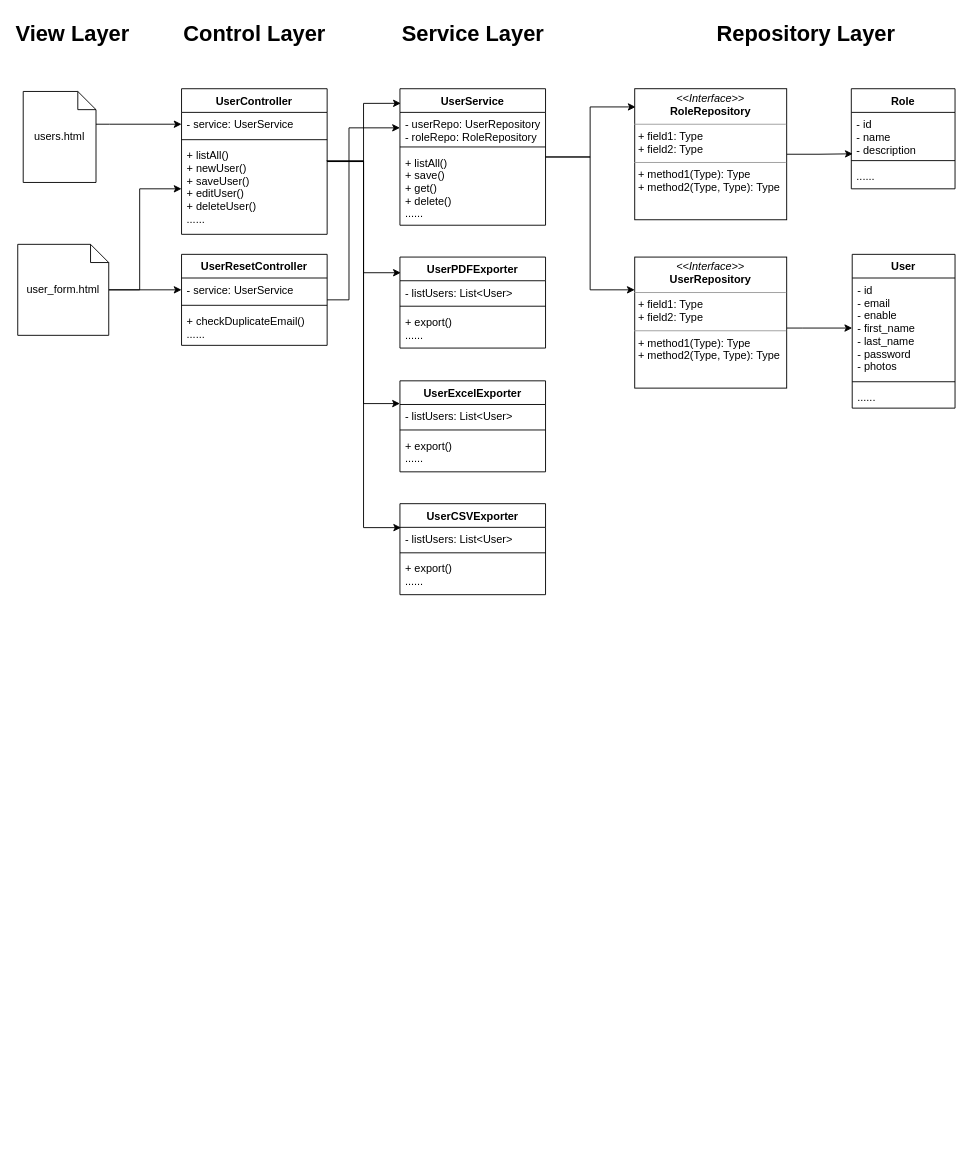
Above: page "Admin-User Module" (2 of 2) of 03-Solution Design/02-Use Case, Classes, Database/Class Diagram.drawio in Chufeng-Jiang/Java_SpringBoot_DubaiShop_E-Commerce (draw.io), before the change. Source tidied: cells renumbered, new cells numbered last; positions are measured from the earlier drawing's top-left corner, leaving out a move shared by most shapes. Both pictures are drawn from the tidied source at 91%, with x=0, y=0 at pixel (17, 15).
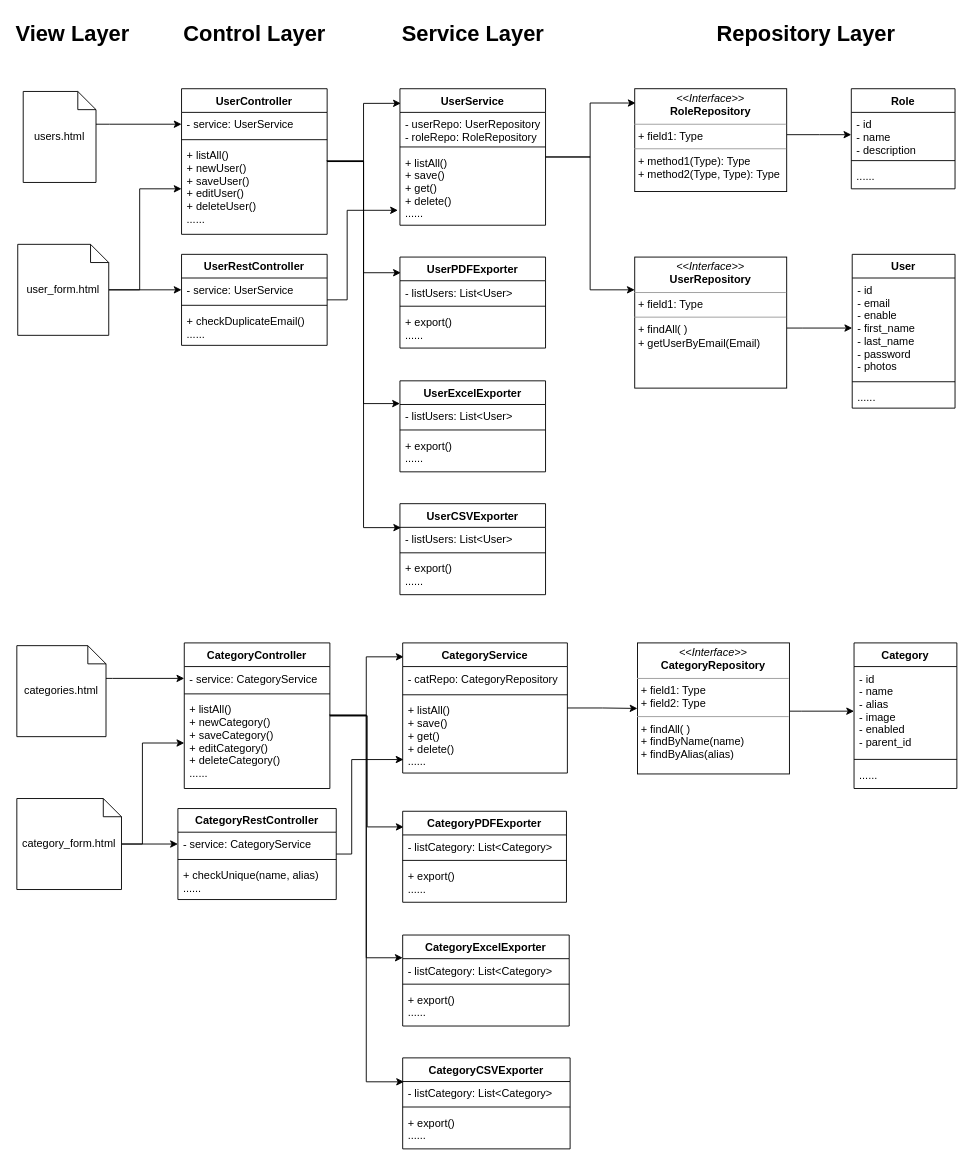
The same diagram, later.

The change refers to these unchanged cells:
```xml
<mxCell id="26" value="- userRepo: UserRepository&#10;- roleRepo: RoleRepository" style="text;strokeColor=none;fillColor=none;align=left;verticalAlign=top;spacingLeft=4;spacingRight=4;overflow=hidden;points=[[0,0.5],[1,0.5]];portConstraint=eastwest;" parent="25" vertex="1">
  <mxGeometry y="26" width="160" height="34" as="geometry" />
</mxCell>
<mxCell id="28" value="+ listAll()&#10;+ save()&#10;+ get()&#10;+ delete()&#10;......&#10;" style="text;strokeColor=none;fillColor=none;align=left;verticalAlign=top;spacingLeft=4;spacingRight=4;overflow=hidden;points=[[0,0.5],[1,0.5]];portConstraint=eastwest;" parent="25" vertex="1">
  <mxGeometry y="68" width="160" height="82" as="geometry" />
</mxCell>
<mxCell id="47" value="- id&#10;- name&#10;- description&#10;" style="text;strokeColor=none;fillColor=none;align=left;verticalAlign=top;spacingLeft=4;spacingRight=4;overflow=hidden;points=[[0,0.5],[1,0.5]];portConstraint=eastwest;" parent="46" vertex="1">
  <mxGeometry y="26" width="114" height="49" as="geometry" />
</mxCell>
```

The edit, as a diff of the source:
```diff
@@
-    <mxCell id="17" style="edgeStyle=orthogonalEdgeStyle;rounded=0;jettySize=auto;html=1;entryX=0;entryY=0.5;entryDx=0;entryDy=0;" parent="1" edge="1" source="18" target="26">
-      <mxGeometry relative="1" as="geometry">
-        <Array as="points">
-          <mxPoint x="364" y="312" />
-          <mxPoint x="364" y="123" />
-        </Array>
-      </mxGeometry>
-    </mxCell>
+    <mxCell id="54" style="edgeStyle=orthogonalEdgeStyle;rounded=0;jettySize=auto;html=1;entryX=-0.014;entryY=0.8;entryDx=0;entryDy=0;entryPerimeter=0;" parent="1" edge="1" source="18" target="28">
+      <mxGeometry relative="1" as="geometry">
+        <Array as="points">
+          <mxPoint x="362" y="312" />
+          <mxPoint x="362" y="214" />
+        </Array>
+      </mxGeometry>
+    </mxCell>
-    <mxCell id="18" value="UserResetController" style="swimlane;fontStyle=1;align=center;verticalAlign=top;horizontal=1;startSize=26;" parent="1" vertex="1">
+    <mxCell id="18" value="UserRestController" style="swimlane;fontStyle=1;align=center;verticalAlign=top;horizontal=1;startSize=26;" parent="1" vertex="1">
       <mxGeometry x="180" y="262" width="160" height="100" as="geometry" />
     </mxCell>
@@
-    <mxCell id="42" style="edgeStyle=orthogonalEdgeStyle;rounded=0;jettySize=auto;html=1;entryX=0.014;entryY=0.929;entryDx=0;entryDy=0;entryPerimeter=0;" parent="1" edge="1" source="43" target="47">
-      <mxGeometry relative="1" as="geometry" />
+    <mxCell id="42" style="edgeStyle=orthogonalEdgeStyle;rounded=0;jettySize=auto;html=1;entryX=0;entryY=0.5;entryDx=0;entryDy=0;" parent="1" edge="1" source="43" target="47">
+      <mxGeometry relative="1" as="geometry">
+        <Array as="points">
+          <mxPoint x="881" y="131" />
+        </Array>
+      </mxGeometry>
     </mxCell>
-    <mxCell id="43" value="&lt;p style=&quot;margin:0px;margin-top:4px;text-align:center;&quot;&gt;&lt;i&gt;&amp;lt;&amp;lt;Interface&amp;gt;&amp;gt;&lt;/i&gt;&lt;br&gt;&lt;b&gt;RoleRepository&lt;/b&gt;&lt;/p&gt;&lt;hr size=&quot;1&quot;&gt;&lt;p style=&quot;margin:0px;margin-left:4px;&quot;&gt;+ field1: Type&lt;br&gt;+ field2: Type&lt;/p&gt;&lt;hr size=&quot;1&quot;&gt;&lt;p style=&quot;margin:0px;margin-left:4px;&quot;&gt;+ method1(Type): Type&lt;br&gt;+ method2(Type, Type): Type&lt;/p&gt;" style="verticalAlign=top;align=left;overflow=fill;fontSize=12;fontFamily=Helvetica;html=1;" parent="1" vertex="1">
-      <mxGeometry x="678" y="80" width="167" height="144" as="geometry" />
+    <mxCell id="43" value="&lt;p style=&quot;margin:0px;margin-top:4px;text-align:center;&quot;&gt;&lt;i&gt;&amp;lt;&amp;lt;Interface&amp;gt;&amp;gt;&lt;/i&gt;&lt;br&gt;&lt;b&gt;RoleRepository&lt;/b&gt;&lt;/p&gt;&lt;hr size=&quot;1&quot;&gt;&lt;p style=&quot;margin:0px;margin-left:4px;&quot;&gt;+ field1: Type&lt;br&gt;&lt;/p&gt;&lt;hr size=&quot;1&quot;&gt;&lt;p style=&quot;margin:0px;margin-left:4px;&quot;&gt;+ method1(Type): Type&lt;br&gt;+ method2(Type, Type): Type&lt;/p&gt;" style="verticalAlign=top;align=left;overflow=fill;fontSize=12;fontFamily=Helvetica;html=1;" parent="1" vertex="1">
+      <mxGeometry x="678" y="80" width="167" height="113" as="geometry" />
     </mxCell>
@@
-    <mxCell id="45" value="&lt;p style=&quot;margin:0px;margin-top:4px;text-align:center;&quot;&gt;&lt;i&gt;&amp;lt;&amp;lt;Interface&amp;gt;&amp;gt;&lt;/i&gt;&lt;br&gt;&lt;b&gt;UserRepository&lt;/b&gt;&lt;/p&gt;&lt;hr size=&quot;1&quot;&gt;&lt;p style=&quot;margin:0px;margin-left:4px;&quot;&gt;+ field1: Type&lt;br&gt;+ field2: Type&lt;/p&gt;&lt;hr size=&quot;1&quot;&gt;&lt;p style=&quot;margin:0px;margin-left:4px;&quot;&gt;+ method1(Type): Type&lt;br&gt;+ method2(Type, Type): Type&lt;/p&gt;" style="verticalAlign=top;align=left;overflow=fill;fontSize=12;fontFamily=Helvetica;html=1;" parent="1" vertex="1">
+    <mxCell id="45" value="&lt;p style=&quot;margin:0px;margin-top:4px;text-align:center;&quot;&gt;&lt;i&gt;&amp;lt;&amp;lt;Interface&amp;gt;&amp;gt;&lt;/i&gt;&lt;br&gt;&lt;b&gt;UserRepository&lt;/b&gt;&lt;/p&gt;&lt;hr size=&quot;1&quot;&gt;&lt;p style=&quot;margin:0px;margin-left:4px;&quot;&gt;+ field1: Type&lt;br&gt;&lt;/p&gt;&lt;hr size=&quot;1&quot;&gt;&lt;p style=&quot;margin:0px;margin-left:4px;&quot;&gt;+ findAll( )&lt;br&gt;+ getUserByEmail(Email)&lt;/p&gt;" style="verticalAlign=top;align=left;overflow=fill;fontSize=12;fontFamily=Helvetica;html=1;" parent="1" vertex="1">
       <mxGeometry x="678" y="265" width="167" height="144" as="geometry" />
     </mxCell>
@@
+    <mxCell id="55" style="edgeStyle=orthogonalEdgeStyle;rounded=0;jettySize=auto;html=1;entryX=0;entryY=0.5;entryDx=0;entryDy=0;" parent="1" edge="1" source="56" target="65">
+      <mxGeometry relative="1" as="geometry">
+        <Array as="points">
+          <mxPoint x="104" y="728" />
+          <mxPoint x="104" y="728" />
+        </Array>
+      </mxGeometry>
+    </mxCell>
+    <mxCell id="56" value="categories.html" style="shape=note;size=20;whiteSpace=wrap;html=1;" parent="1" vertex="1">
+      <mxGeometry x="-1" y="692" width="98" height="100" as="geometry" />
+    </mxCell>
+    <mxCell id="57" style="edgeStyle=orthogonalEdgeStyle;rounded=0;jettySize=auto;html=1;entryX=0;entryY=0.5;entryDx=0;entryDy=0;" parent="1" edge="1" source="59" target="67">
+      <mxGeometry relative="1" as="geometry">
+        <Array as="points">
+          <mxPoint x="137" y="910" />
+          <mxPoint x="137" y="799" />
+        </Array>
+      </mxGeometry>
+    </mxCell>
+    <mxCell id="58" style="edgeStyle=orthogonalEdgeStyle;rounded=0;jettySize=auto;html=1;" parent="1" edge="1" source="59" target="70">
+      <mxGeometry relative="1" as="geometry" />
+    </mxCell>
+    <mxCell id="59" value="category_form.html" style="shape=note;size=20;whiteSpace=wrap;html=1;" parent="1" vertex="1">
+      <mxGeometry x="-1" y="860" width="115" height="100" as="geometry" />
+    </mxCell>
+    <mxCell id="60" style="edgeStyle=orthogonalEdgeStyle;rounded=0;jettySize=auto;html=1;entryX=0.006;entryY=0.107;entryDx=0;entryDy=0;entryPerimeter=0;" parent="1" edge="1" source="64" target="74">
+      <mxGeometry relative="1" as="geometry" />
+    </mxCell>
+    <mxCell id="61" style="edgeStyle=orthogonalEdgeStyle;rounded=0;jettySize=auto;html=1;entryX=0.006;entryY=0.172;entryDx=0;entryDy=0;entryPerimeter=0;" parent="1" edge="1" source="64" target="78">
+      <mxGeometry relative="1" as="geometry">
+        <Array as="points">
+          <mxPoint x="384" y="769" />
+          <mxPoint x="384" y="891" />
+        </Array>
+      </mxGeometry>
+    </mxCell>
+    <mxCell id="62" style="edgeStyle=orthogonalEdgeStyle;rounded=0;jettySize=auto;html=1;entryX=0;entryY=0.25;entryDx=0;entryDy=0;" parent="1" edge="1" source="64" target="82">
+      <mxGeometry relative="1" as="geometry" />
+    </mxCell>
+    <mxCell id="63" style="edgeStyle=orthogonalEdgeStyle;rounded=0;jettySize=auto;html=1;entryX=0.008;entryY=0.013;entryDx=0;entryDy=0;entryPerimeter=0;exitX=0.996;exitY=0.191;exitDx=0;exitDy=0;exitPerimeter=0;" parent="1" edge="1" source="67" target="87">
+      <mxGeometry relative="1" as="geometry">
+        <Array as="points">
+          <mxPoint x="383" y="768" />
+          <mxPoint x="383" y="1171" />
+        </Array>
+      </mxGeometry>
+    </mxCell>
+    <mxCell id="64" value="CategoryController" style="swimlane;fontStyle=1;align=center;verticalAlign=top;horizontal=1;startSize=26;" parent="1" vertex="1">
+      <mxGeometry x="183" y="689" width="160" height="160" as="geometry" />
+    </mxCell>
+    <mxCell id="65" value="- service: CategoryService" style="text;strokeColor=none;fillColor=none;align=left;verticalAlign=top;spacingLeft=4;spacingRight=4;overflow=hidden;points=[[0,0.5],[1,0.5]];portConstraint=eastwest;" parent="64" vertex="1">
+      <mxGeometry y="26" width="160" height="26" as="geometry" />
+    </mxCell>
+    <mxCell id="66" style="line;strokeWidth=1;fillColor=none;align=left;verticalAlign=middle;spacingTop=-1;spacingLeft=3;spacingRight=3;labelPosition=right;" parent="64" vertex="1">
+      <mxGeometry y="52" width="160" height="8" as="geometry" />
+    </mxCell>
+    <mxCell id="67" value="+ listAll()&#10;+ newCategory()&#10;+ saveCategory()&#10;+ editCategory()&#10;+ deleteCategory()&#10;......&#10;" style="text;strokeColor=none;fillColor=none;align=left;verticalAlign=top;spacingLeft=4;spacingRight=4;overflow=hidden;points=[[0,0.5],[1,0.5]];portConstraint=eastwest;" parent="64" vertex="1">
+      <mxGeometry y="60" width="160" height="100" as="geometry" />
+    </mxCell>
+    <mxCell id="68" style="edgeStyle=orthogonalEdgeStyle;rounded=0;jettySize=auto;html=1;entryX=0.005;entryY=0.819;entryDx=0;entryDy=0;entryPerimeter=0;" parent="1" edge="1" source="69" target="77">
+      <mxGeometry relative="1" as="geometry">
+        <Array as="points">
+          <mxPoint x="367" y="921" />
+          <mxPoint x="367" y="817" />
+        </Array>
+      </mxGeometry>
+    </mxCell>
+    <mxCell id="69" value="CategoryRestController" style="swimlane;fontStyle=1;align=center;verticalAlign=top;horizontal=1;startSize=26;" parent="1" vertex="1">
+      <mxGeometry x="176" y="871" width="174" height="100" as="geometry" />
+    </mxCell>
+    <mxCell id="70" value="- service: CategoryService" style="text;strokeColor=none;fillColor=none;align=left;verticalAlign=top;spacingLeft=4;spacingRight=4;overflow=hidden;points=[[0,0.5],[1,0.5]];portConstraint=eastwest;" parent="69" vertex="1">
+      <mxGeometry y="26" width="174" height="26" as="geometry" />
+    </mxCell>
+    <mxCell id="71" style="line;strokeWidth=1;fillColor=none;align=left;verticalAlign=middle;spacingTop=-1;spacingLeft=3;spacingRight=3;labelPosition=right;" parent="69" vertex="1">
+      <mxGeometry y="52" width="174" height="8" as="geometry" />
+    </mxCell>
+    <mxCell id="72" value="+ checkUnique(name, alias)&#10;......&#10;" style="text;strokeColor=none;fillColor=none;align=left;verticalAlign=top;spacingLeft=4;spacingRight=4;overflow=hidden;" parent="69" vertex="1">
+      <mxGeometry y="60" width="174" height="40" as="geometry" />
+    </mxCell>
+    <mxCell id="73" style="edgeStyle=orthogonalEdgeStyle;rounded=0;jettySize=auto;html=1;entryX=0;entryY=0.5;entryDx=0;entryDy=0;" parent="1" edge="1" source="74" target="91">
+      <mxGeometry relative="1" as="geometry" />
+    </mxCell>
+    <mxCell id="74" value="CategoryService" style="swimlane;fontStyle=1;align=center;verticalAlign=top;horizontal=1;startSize=26;" parent="1" vertex="1">
+      <mxGeometry x="423" y="689" width="181" height="143" as="geometry" />
+    </mxCell>
+    <mxCell id="75" value="- catRepo: CategoryRepository" style="text;strokeColor=none;fillColor=none;align=left;verticalAlign=top;spacingLeft=4;spacingRight=4;overflow=hidden;" parent="74" vertex="1">
+      <mxGeometry y="26" width="181" height="27" as="geometry" />
+    </mxCell>
+    <mxCell id="76" style="line;strokeWidth=1;fillColor=none;align=left;verticalAlign=middle;spacingTop=-1;spacingLeft=3;spacingRight=3;labelPosition=right;" parent="74" vertex="1">
+      <mxGeometry y="53" width="181" height="8" as="geometry" />
+    </mxCell>
+    <mxCell id="77" value="+ listAll()&#10;+ save()&#10;+ get()&#10;+ delete()&#10;......&#10;" style="text;strokeColor=none;fillColor=none;align=left;verticalAlign=top;spacingLeft=4;spacingRight=4;overflow=hidden;points=[[0,0.5],[1,0.5]];portConstraint=eastwest;" parent="74" vertex="1">
+      <mxGeometry y="61" width="181" height="82" as="geometry" />
+    </mxCell>
+    <mxCell id="78" value="CategoryPDFExporter" style="swimlane;fontStyle=1;align=center;verticalAlign=top;horizontal=1;startSize=26;" parent="1" vertex="1">
+      <mxGeometry x="423" y="874" width="180" height="100" as="geometry" />
+    </mxCell>
+    <mxCell id="79" value="- listCategory: List&lt;Category&gt;" style="text;strokeColor=none;fillColor=none;align=left;verticalAlign=top;spacingLeft=4;spacingRight=4;overflow=hidden;" parent="78" vertex="1">
+      <mxGeometry y="26" width="180" height="24" as="geometry" />
+    </mxCell>
+    <mxCell id="80" style="line;strokeWidth=1;fillColor=none;align=left;verticalAlign=middle;spacingTop=-1;spacingLeft=3;spacingRight=3;labelPosition=right;" parent="78" vertex="1">
+      <mxGeometry y="50" width="180" height="8" as="geometry" />
+    </mxCell>
+    <mxCell id="81" value="+ export()&#10;......&#10;" style="text;strokeColor=none;fillColor=none;align=left;verticalAlign=top;spacingLeft=4;spacingRight=4;overflow=hidden;" parent="78" vertex="1">
+      <mxGeometry y="58" width="180" height="42" as="geometry" />
+    </mxCell>
+    <mxCell id="82" value="CategoryExcelExporter" style="swimlane;fontStyle=1;align=center;verticalAlign=top;horizontal=1;startSize=26;" parent="1" vertex="1">
+      <mxGeometry x="423" y="1010" width="183" height="100" as="geometry" />
+    </mxCell>
+    <mxCell id="83" value="- listCategory: List&lt;Category&gt;" style="text;strokeColor=none;fillColor=none;align=left;verticalAlign=top;spacingLeft=4;spacingRight=4;overflow=hidden;" parent="82" vertex="1">
+      <mxGeometry y="26" width="183" height="24" as="geometry" />
+    </mxCell>
+    <mxCell id="84" style="line;strokeWidth=1;fillColor=none;align=left;verticalAlign=middle;spacingTop=-1;spacingLeft=3;spacingRight=3;labelPosition=right;" parent="82" vertex="1">
+      <mxGeometry y="50" width="183" height="8" as="geometry" />
+    </mxCell>
+    <mxCell id="85" value="+ export()&#10;......&#10;" style="text;strokeColor=none;fillColor=none;align=left;verticalAlign=top;spacingLeft=4;spacingRight=4;overflow=hidden;" parent="82" vertex="1">
+      <mxGeometry y="58" width="183" height="42" as="geometry" />
+    </mxCell>
+    <mxCell id="86" value="CategoryCSVExporter" style="swimlane;fontStyle=1;align=center;verticalAlign=top;horizontal=1;startSize=26;" parent="1" vertex="1">
+      <mxGeometry x="423" y="1145" width="184" height="100" as="geometry" />
+    </mxCell>
+    <mxCell id="87" value="- listCategory: List&lt;Category&gt;" style="text;strokeColor=none;fillColor=none;align=left;verticalAlign=top;spacingLeft=4;spacingRight=4;overflow=hidden;points=[[0,0.5],[1,0.5]];portConstraint=eastwest;" parent="86" vertex="1">
+      <mxGeometry y="26" width="184" height="24" as="geometry" />
+    </mxCell>
+    <mxCell id="88" style="line;strokeWidth=1;fillColor=none;align=left;verticalAlign=middle;spacingTop=-1;spacingLeft=3;spacingRight=3;labelPosition=right;" parent="86" vertex="1">
+      <mxGeometry y="50" width="184" height="8" as="geometry" />
+    </mxCell>
+    <mxCell id="89" value="+ export()&#10;......&#10;" style="text;strokeColor=none;fillColor=none;align=left;verticalAlign=top;spacingLeft=4;spacingRight=4;overflow=hidden;" parent="86" vertex="1">
+      <mxGeometry y="58" width="184" height="42" as="geometry" />
+    </mxCell>
+    <mxCell id="90" style="edgeStyle=orthogonalEdgeStyle;rounded=0;jettySize=auto;html=1;entryX=0;entryY=0.5;entryDx=0;entryDy=0;" parent="1" edge="1" source="91" target="93">
+      <mxGeometry relative="1" as="geometry">
+        <Array as="points">
+          <mxPoint x="861" y="764" />
+          <mxPoint x="861" y="764" />
+        </Array>
+      </mxGeometry>
+    </mxCell>
+    <mxCell id="91" value="&lt;p style=&quot;margin:0px;margin-top:4px;text-align:center;&quot;&gt;&lt;i&gt;&amp;lt;&amp;lt;Interface&amp;gt;&amp;gt;&lt;/i&gt;&lt;br&gt;&lt;b&gt;CategoryRepository&lt;/b&gt;&lt;/p&gt;&lt;hr size=&quot;1&quot;&gt;&lt;p style=&quot;margin:0px;margin-left:4px;&quot;&gt;+ field1: Type&lt;br&gt;+ field2: Type&lt;/p&gt;&lt;hr size=&quot;1&quot;&gt;&lt;p style=&quot;margin:0px;margin-left:4px;&quot;&gt;+ findAll( )&lt;br&gt;+ findByName(name)&lt;/p&gt;&lt;p style=&quot;margin:0px;margin-left:4px;&quot;&gt;+ findByAlias(alias)&lt;br&gt;&lt;/p&gt;" style="verticalAlign=top;align=left;overflow=fill;fontSize=12;fontFamily=Helvetica;html=1;" parent="1" vertex="1">
+      <mxGeometry x="681" y="689" width="167" height="144" as="geometry" />
+    </mxCell>
+    <mxCell id="92" value="Category" style="swimlane;fontStyle=1;align=center;verticalAlign=top;horizontal=1;startSize=26;" parent="1" vertex="1">
+      <mxGeometry x="919" y="689" width="113" height="160" as="geometry" />
+    </mxCell>
+    <mxCell id="93" value="- id&#10;- name&#10;- alias&#10;- image&#10;- enabled&#10;- parent_id&#10;&#10;" style="text;strokeColor=none;fillColor=none;align=left;verticalAlign=top;spacingLeft=4;spacingRight=4;overflow=hidden;points=[[0,0.5],[1,0.5]];portConstraint=eastwest;" parent="92" vertex="1">
+      <mxGeometry y="26" width="113" height="98" as="geometry" />
+    </mxCell>
+    <mxCell id="94" style="line;strokeWidth=1;fillColor=none;align=left;verticalAlign=middle;spacingTop=-1;spacingLeft=3;spacingRight=3;labelPosition=right;" parent="92" vertex="1">
+      <mxGeometry y="124" width="113" height="8" as="geometry" />
+    </mxCell>
+    <mxCell id="95" value="......&#10;" style="text;strokeColor=none;fillColor=none;align=left;verticalAlign=top;spacingLeft=4;spacingRight=4;overflow=hidden;" parent="92" vertex="1">
+      <mxGeometry y="132" width="113" height="28" as="geometry" />
+    </mxCell>
```
